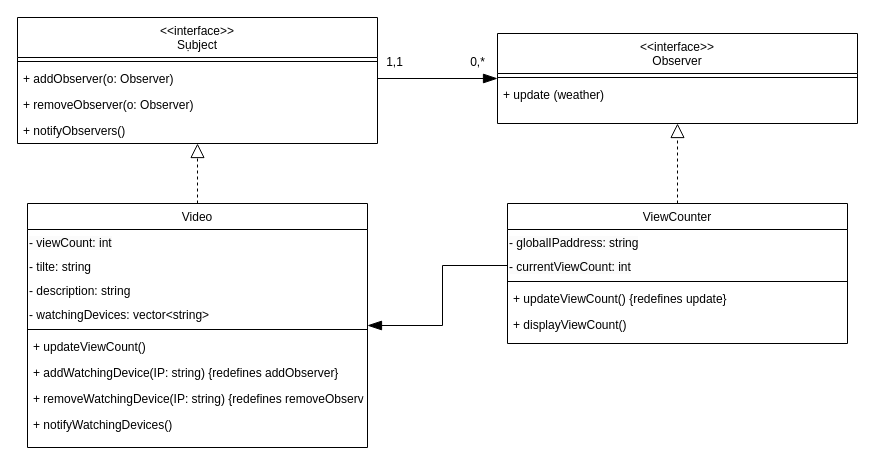
Above: OOP_TH_W2.drawio in CatHuyuH24/CatHuyuH24 (draw.io), before the change. Source tidied: cells renumbered, new cells numbered last; positions are measured from the earlier drawing's top-left corner, leaving out a move shared by most shapes. Both pictures are drawn from the tidied source at 100%, with x=0, y=0 at pixel (17, 17).
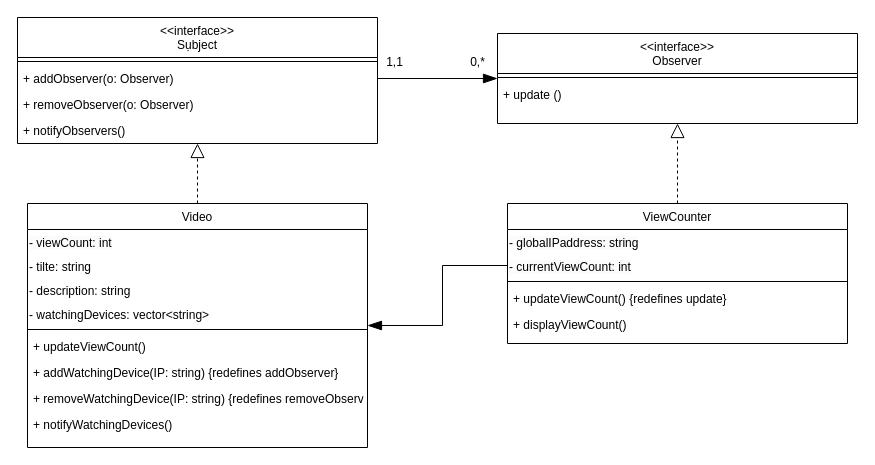
Above is the later version.

Unchanged cells that the change refers to:
```xml
<mxCell id="2" value="&lt;&lt;interface&gt;&gt;&#10;Observer" style="swimlane;fontStyle=0;align=center;verticalAlign=top;horizontal=1;startSize=40;rounded=0;shadow=0;strokeWidth=1;" parent="1" vertex="1">
  <mxGeometry x="480" y="16" width="360" height="90" as="geometry" />
</mxCell>
```

The edit, as a diff of the source:
```diff
@@
-    <mxCell id="4" value="+ update (weather)" style="text;align=left;verticalAlign=top;spacingLeft=4;spacingRight=4;overflow=hidden;" parent="2" vertex="1">
+    <mxCell id="4" value="+ update ()" style="text;align=left;verticalAlign=top;spacingLeft=4;spacingRight=4;overflow=hidden;" parent="2" vertex="1">
       <mxGeometry y="48" width="360" height="26" as="geometry" />
     </mxCell>
```
